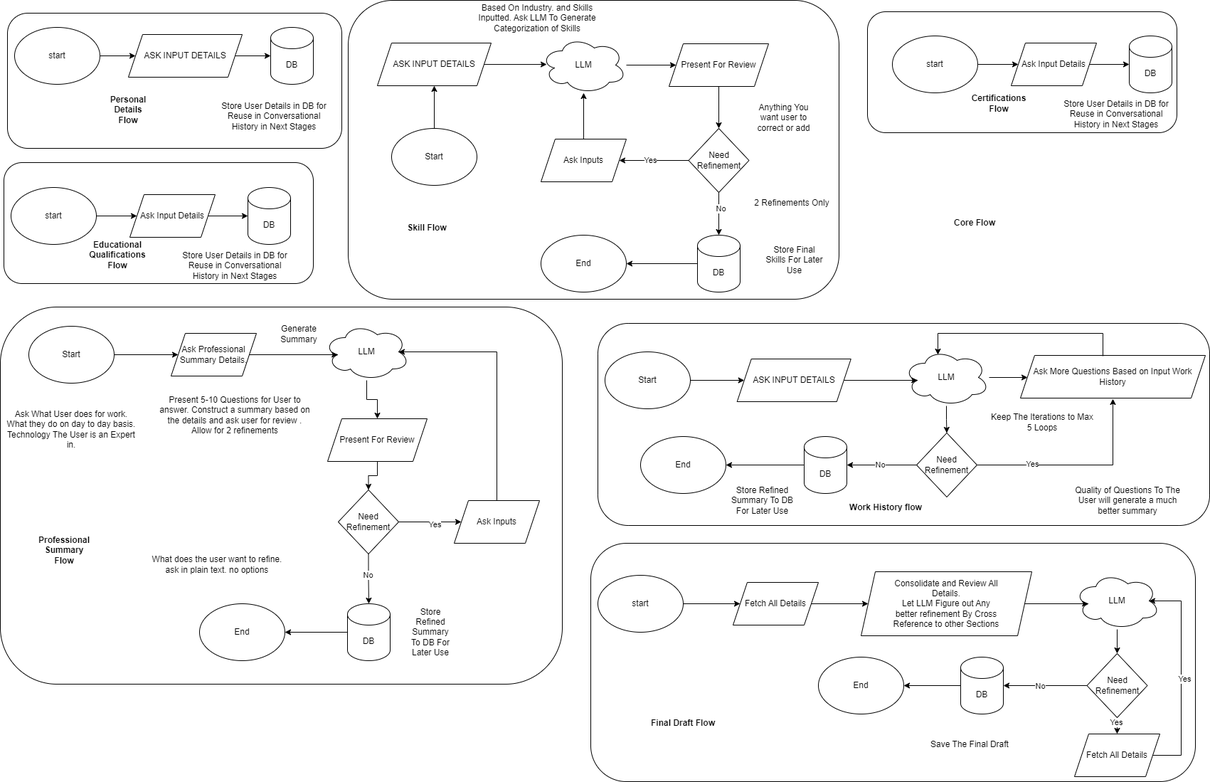
avinash92c/Agentic-Resume-Builder keeps this draw.io diagram as Ideation/CoreFlow.drawio.png. Above is the earlier version. Source tidied: cells renumbered, new cells last; positions are measured from the earlier drawing's top-left corner, leaving out a move shared by most shapes.
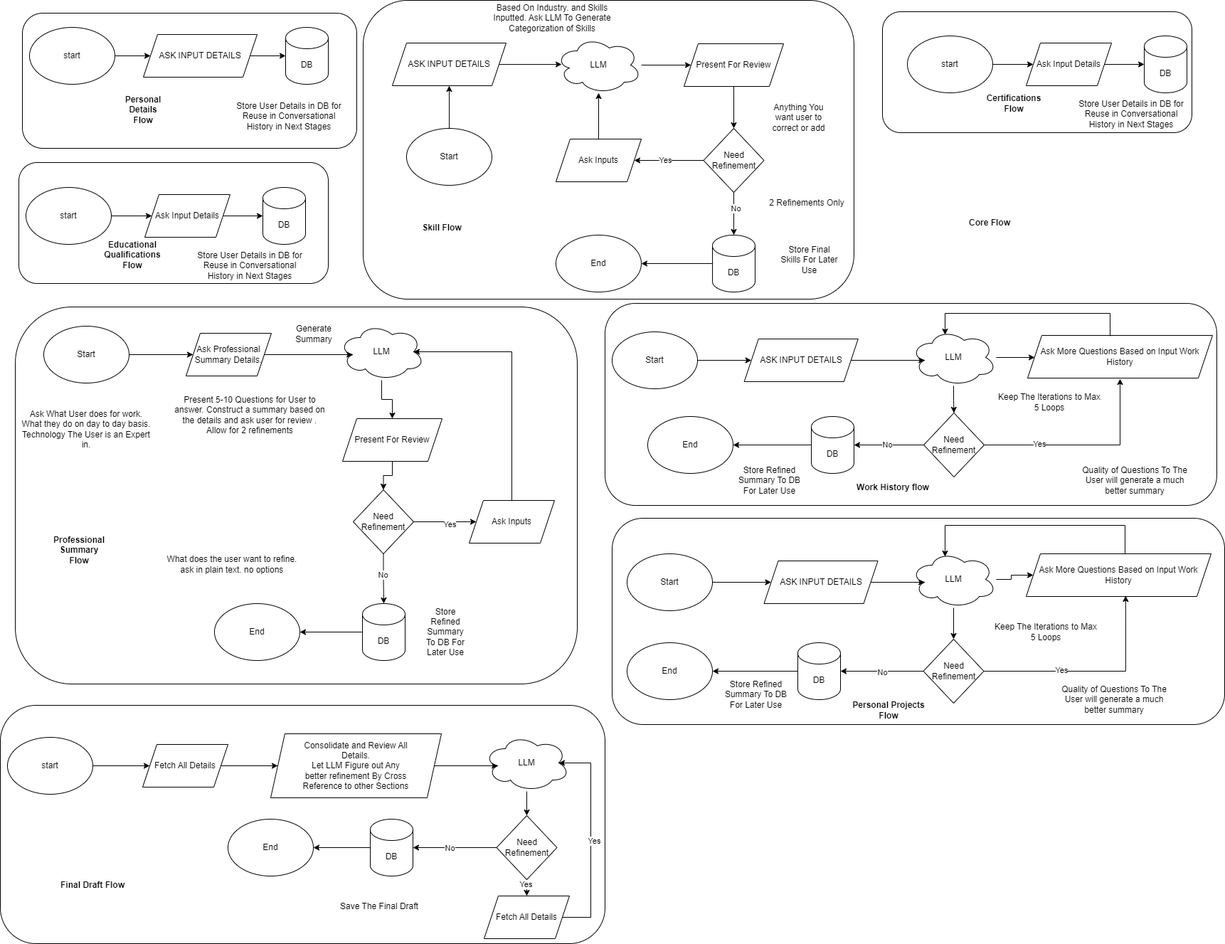
The same diagram one commit later.

The edit, as a diff of the source:
```diff
@@ -2,11 +2,14 @@
   <root>
     <mxCell id="0" />
     <mxCell id="1" parent="0" />
+    <mxCell id="120" style="rounded=1;whiteSpace=wrap;html=1;" parent="1" vertex="1">
+      <mxGeometry x="839" y="728" width="861" height="290" as="geometry" />
+    </mxCell>
     <mxCell id="2" style="rounded=1;whiteSpace=wrap;html=1;" parent="1" vertex="1">
-      <mxGeometry x="830" y="763" width="850" height="335" as="geometry" />
+      <mxGeometry x="-21" y="991" width="850" height="335" as="geometry" />
     </mxCell>
     <mxCell id="3" style="rounded=1;whiteSpace=wrap;html=1;" parent="1" vertex="1">
-      <mxGeometry x="840" y="454" width="860" height="284" as="geometry" />
+      <mxGeometry x="829" y="426" width="860" height="284" as="geometry" />
     </mxCell>
     <mxCell id="4" style="rounded=1;whiteSpace=wrap;html=1;" parent="1" vertex="1">
       <mxGeometry x="1219" y="16" width="435" height="170" as="geometry" />
@@ -235,43 +238,43 @@
       <mxGeometry relative="1" as="geometry" />
     </mxCell>
     <mxCell id="78" value="Start" style="ellipse;whiteSpace=wrap;html=1;" parent="1" vertex="1">
-      <mxGeometry x="850" y="494" width="120" height="80" as="geometry" />
+      <mxGeometry x="839" y="466" width="120" height="80" as="geometry" />
     </mxCell>
     <mxCell id="79" value="ASK INPUT DETAILS" style="shape=parallelogram;perimeter=parallelogramPerimeter;whiteSpace=wrap;html=1;fixedSize=1;" parent="1" vertex="1">
-      <mxGeometry x="1035.8" y="504" width="160" height="60" as="geometry" />
+      <mxGeometry x="1024.8" y="476" width="160" height="60" as="geometry" />
     </mxCell>
     <mxCell id="80" style="edgeStyle=orthogonalEdgeStyle;rounded=0;jettySize=auto;html=1;entryX=0;entryY=0.5;entryDx=0;entryDy=0;" parent="1" edge="1" source="82">
       <mxGeometry relative="1" as="geometry">
-        <mxPoint x="1444" y="530" as="targetPoint" />
+        <mxPoint x="1433" y="502" as="targetPoint" />
       </mxGeometry>
     </mxCell>
     <mxCell id="81" style="edgeStyle=orthogonalEdgeStyle;rounded=0;jettySize=auto;html=1;entryX=0.5;entryY=0;entryDx=0;entryDy=0;" parent="1" edge="1" source="82" target="91">
       <mxGeometry relative="1" as="geometry" />
     </mxCell>
     <mxCell id="82" value="LLM" style="ellipse;shape=cloud;whiteSpace=wrap;html=1;" parent="1" vertex="1">
-      <mxGeometry x="1270" y="490" width="120" height="80" as="geometry" />
+      <mxGeometry x="1259" y="462" width="120" height="80" as="geometry" />
     </mxCell>
     <mxCell id="83" style="edgeStyle=orthogonalEdgeStyle;rounded=0;jettySize=auto;html=1;entryX=0.16;entryY=0.55;entryDx=0;entryDy=0;entryPerimeter=0;" parent="1" edge="1" source="79" target="82">
       <mxGeometry relative="1" as="geometry" />
     </mxCell>
     <mxCell id="84" value="Ask More Questions Based on Input Work History" style="shape=parallelogram;perimeter=parallelogramPerimeter;whiteSpace=wrap;html=1;fixedSize=1;" parent="1" vertex="1">
-      <mxGeometry x="1434" y="499" width="260" height="60" as="geometry" />
+      <mxGeometry x="1423" y="471" width="260" height="60" as="geometry" />
     </mxCell>
     <mxCell id="85" style="edgeStyle=orthogonalEdgeStyle;rounded=0;jettySize=auto;html=1;entryX=0.4;entryY=0.1;entryDx=0;entryDy=0;entryPerimeter=0;" parent="1" edge="1" target="82">
       <mxGeometry relative="1" as="geometry">
-        <mxPoint x="1550" y="500" as="sourcePoint" />
+        <mxPoint x="1539" y="472" as="sourcePoint" />
         <Array as="points">
-          <mxPoint x="1550" y="468" />
-          <mxPoint x="1318" y="468" />
+          <mxPoint x="1539" y="440" />
+          <mxPoint x="1307" y="440" />
         </Array>
       </mxGeometry>
     </mxCell>
     <mxCell id="86" value="Keep The Iterations to Max 5 Loops" style="text;html=1;whiteSpace=wrap;strokeColor=none;fillColor=none;align=center;verticalAlign=middle;rounded=0;" parent="1" vertex="1">
-      <mxGeometry x="1390" y="578" width="150" height="30" as="geometry" />
+      <mxGeometry x="1379" y="550" width="150" height="30" as="geometry" />
     </mxCell>
     <mxCell id="87" style="edgeStyle=orthogonalEdgeStyle;rounded=0;jettySize=auto;html=1;entryX=0.5;entryY=1;entryDx=0;entryDy=0;" parent="1" edge="1" source="91">
       <mxGeometry relative="1" as="geometry">
-        <mxPoint x="1564" y="560" as="targetPoint" />
+        <mxPoint x="1553" y="532" as="targetPoint" />
       </mxGeometry>
     </mxCell>
     <mxCell id="88" value="Yes" style="edgeLabel;html=1;align=center;verticalAlign=middle;" parent="87" vertex="1">
@@ -284,25 +287,25 @@
       <mxGeometry x="0.06" y="-1" relative="1" as="geometry" />
     </mxCell>
     <mxCell id="91" value="Need Refinement" style="rhombus;whiteSpace=wrap;html=1;" parent="1" vertex="1">
-      <mxGeometry x="1288" y="608" width="85" height="90" as="geometry" />
+      <mxGeometry x="1277" y="580" width="85" height="90" as="geometry" />
     </mxCell>
     <mxCell id="92" style="edgeStyle=orthogonalEdgeStyle;rounded=0;jettySize=auto;html=1;" parent="1" edge="1" source="93" target="94">
       <mxGeometry relative="1" as="geometry" />
     </mxCell>
     <mxCell id="93" value="DB" style="shape=cylinder3;whiteSpace=wrap;html=1;boundedLbl=1;backgroundOutline=1;size=15;" parent="1" vertex="1">
-      <mxGeometry x="1130" y="613" width="60" height="80" as="geometry" />
+      <mxGeometry x="1119" y="585" width="60" height="80" as="geometry" />
     </mxCell>
     <mxCell id="94" value="End" style="ellipse;whiteSpace=wrap;html=1;" parent="1" vertex="1">
-      <mxGeometry x="900" y="613" width="120" height="80" as="geometry" />
+      <mxGeometry x="889" y="585" width="120" height="80" as="geometry" />
     </mxCell>
     <mxCell id="95" value="Store Refined Summary To DB For Later Use" style="text;html=1;whiteSpace=wrap;strokeColor=none;fillColor=none;align=center;verticalAlign=middle;rounded=0;" parent="1" vertex="1">
-      <mxGeometry x="1020" y="688" width="102.5" height="30" as="geometry" />
+      <mxGeometry x="1009" y="660" width="102.5" height="30" as="geometry" />
     </mxCell>
     <mxCell id="96" value="Quality of Questions To The User will generate a much better summary" style="text;html=1;whiteSpace=wrap;strokeColor=none;fillColor=none;align=center;verticalAlign=middle;rounded=0;" parent="1" vertex="1">
-      <mxGeometry x="1510" y="688" width="150" height="30" as="geometry" />
+      <mxGeometry x="1499" y="660" width="150" height="30" as="geometry" />
     </mxCell>
     <mxCell id="97" value="&lt;b&gt;Work History flow&lt;/b&gt;" style="text;html=1;whiteSpace=wrap;strokeColor=none;fillColor=none;align=center;verticalAlign=middle;rounded=0;" parent="1" vertex="1">
-      <mxGeometry x="1190" y="698" width="110" height="30" as="geometry" />
+      <mxGeometry x="1179" y="670" width="110" height="30" as="geometry" />
     </mxCell>
     <mxCell id="98" value="&lt;b&gt;Core Flow&lt;/b&gt;" style="text;html=1;whiteSpace=wrap;strokeColor=none;fillColor=none;align=center;verticalAlign=middle;rounded=0;" parent="1" vertex="1">
       <mxGeometry x="1340" y="298" width="60" height="30" as="geometry" />
@@ -311,22 +314,22 @@
       <mxGeometry relative="1" as="geometry" />
     </mxCell>
     <mxCell id="100" value="start" style="ellipse;whiteSpace=wrap;html=1;" parent="1" vertex="1">
-      <mxGeometry x="840" y="808" width="120" height="80" as="geometry" />
+      <mxGeometry x="-11" y="1036" width="120" height="80" as="geometry" />
     </mxCell>
     <mxCell id="101" style="edgeStyle=orthogonalEdgeStyle;rounded=0;jettySize=auto;html=1;entryX=0;entryY=0.5;entryDx=0;entryDy=0;" parent="1" edge="1" source="102" target="103">
       <mxGeometry relative="1" as="geometry" />
     </mxCell>
     <mxCell id="102" value="Fetch All Details" style="shape=parallelogram;perimeter=parallelogramPerimeter;whiteSpace=wrap;html=1;fixedSize=1;" parent="1" vertex="1">
-      <mxGeometry x="1030" y="818" width="120" height="60" as="geometry" />
+      <mxGeometry x="179" y="1046" width="120" height="60" as="geometry" />
     </mxCell>
     <mxCell id="103" value="&lt;blockquote&gt;Consolidate and Review All Details.&lt;br&gt; Let LLM Figure out Any better refinement By Cross Reference to other Sections&lt;/blockquote&gt;" style="shape=parallelogram;perimeter=parallelogramPerimeter;whiteSpace=wrap;html=1;fixedSize=1;" parent="1" vertex="1">
-      <mxGeometry x="1210" y="803" width="240" height="90" as="geometry" />
+      <mxGeometry x="359" y="1031" width="240" height="90" as="geometry" />
     </mxCell>
     <mxCell id="104" style="edgeStyle=orthogonalEdgeStyle;rounded=0;jettySize=auto;html=1;entryX=0.5;entryY=0;entryDx=0;entryDy=0;" parent="1" edge="1" source="105" target="109">
       <mxGeometry relative="1" as="geometry" />
     </mxCell>
     <mxCell id="105" value="LLM" style="ellipse;shape=cloud;whiteSpace=wrap;html=1;" parent="1" vertex="1">
-      <mxGeometry x="1510" y="804" width="120" height="80" as="geometry" />
+      <mxGeometry x="659" y="1032" width="120" height="80" as="geometry" />
     </mxCell>
     <mxCell id="106" style="edgeStyle=orthogonalEdgeStyle;rounded=0;jettySize=auto;html=1;entryX=0.16;entryY=0.55;entryDx=0;entryDy=0;entryPerimeter=0;" parent="1" edge="1" source="103" target="105">
       <mxGeometry relative="1" as="geometry" />
@@ -338,13 +341,13 @@
       <mxGeometry x="0.4" y="-2" relative="1" as="geometry" />
     </mxCell>
     <mxCell id="109" value="Need Refinement" style="rhombus;whiteSpace=wrap;html=1;" parent="1" vertex="1">
-      <mxGeometry x="1527.5" y="918" width="85" height="90" as="geometry" />
+      <mxGeometry x="676.5" y="1146" width="85" height="90" as="geometry" />
     </mxCell>
     <mxCell id="110" style="edgeStyle=orthogonalEdgeStyle;rounded=0;jettySize=auto;html=1;entryX=0.875;entryY=0.5;entryDx=0;entryDy=0;entryPerimeter=0;exitX=1;exitY=0.5;exitDx=0;exitDy=0;" parent="1" edge="1" source="112" target="105">
       <mxGeometry relative="1" as="geometry">
         <Array as="points">
-          <mxPoint x="1660" y="1061" />
-          <mxPoint x="1660" y="844" />
+          <mxPoint x="809" y="1289" />
+          <mxPoint x="809" y="1072" />
         </Array>
       </mxGeometry>
     </mxCell>
@@ -354,13 +357,13 @@
       </mxGeometry>
     </mxCell>
     <mxCell id="112" value="Fetch All Details" style="shape=parallelogram;perimeter=parallelogramPerimeter;whiteSpace=wrap;html=1;fixedSize=1;" parent="1" vertex="1">
-      <mxGeometry x="1510" y="1031" width="120" height="60" as="geometry" />
+      <mxGeometry x="659" y="1259" width="120" height="60" as="geometry" />
     </mxCell>
     <mxCell id="113" style="edgeStyle=orthogonalEdgeStyle;rounded=0;jettySize=auto;html=1;" parent="1" edge="1" source="114" target="117">
       <mxGeometry relative="1" as="geometry" />
     </mxCell>
     <mxCell id="114" value="DB" style="shape=cylinder3;whiteSpace=wrap;html=1;boundedLbl=1;backgroundOutline=1;size=15;" parent="1" vertex="1">
-      <mxGeometry x="1350" y="923" width="60" height="80" as="geometry" />
+      <mxGeometry x="499" y="1151" width="60" height="80" as="geometry" />
     </mxCell>
     <mxCell id="115" style="edgeStyle=orthogonalEdgeStyle;rounded=0;jettySize=auto;html=1;entryX=1;entryY=0.5;entryDx=0;entryDy=0;entryPerimeter=0;" parent="1" edge="1" source="109" target="114">
       <mxGeometry relative="1" as="geometry" />
@@ -369,13 +372,83 @@
       <mxGeometry x="0.13" relative="1" as="geometry" />
     </mxCell>
     <mxCell id="117" value="End" style="ellipse;whiteSpace=wrap;html=1;" parent="1" vertex="1">
-      <mxGeometry x="1150" y="923" width="120" height="80" as="geometry" />
+      <mxGeometry x="299" y="1151" width="120" height="80" as="geometry" />
     </mxCell>
     <mxCell id="118" value="Save The Final Draft" style="text;html=1;whiteSpace=wrap;strokeColor=none;fillColor=none;align=center;verticalAlign=middle;rounded=0;" parent="1" vertex="1">
-      <mxGeometry x="1288" y="1031" width="150" height="30" as="geometry" />
+      <mxGeometry x="437" y="1259" width="150" height="30" as="geometry" />
     </mxCell>
     <mxCell id="119" value="&lt;b&gt;Final Draft Flow&lt;/b&gt;" style="text;html=1;whiteSpace=wrap;strokeColor=none;fillColor=none;align=center;verticalAlign=middle;rounded=0;" parent="1" vertex="1">
-      <mxGeometry x="905" y="1001" width="110" height="30" as="geometry" />
+      <mxGeometry x="54" y="1229" width="110" height="30" as="geometry" />
     </mxCell>
+    <mxCell id="121" style="edgeStyle=orthogonalEdgeStyle;rounded=0;jettySize=auto;html=1;entryX=0;entryY=0.5;entryDx=0;entryDy=0;" parent="1" edge="1" source="122" target="123">
+      <mxGeometry relative="1" as="geometry" />
+    </mxCell>
+    <mxCell id="122" value="Start" style="ellipse;whiteSpace=wrap;html=1;" parent="1" vertex="1">
+      <mxGeometry x="860" y="778" width="120" height="80" as="geometry" />
+    </mxCell>
+    <mxCell id="123" value="ASK INPUT DETAILS" style="shape=parallelogram;perimeter=parallelogramPerimeter;whiteSpace=wrap;html=1;fixedSize=1;" parent="1" vertex="1">
+      <mxGeometry x="1052.5" y="788" width="160" height="60" as="geometry" />
+    </mxCell>
+    <mxCell id="124" style="edgeStyle=orthogonalEdgeStyle;rounded=0;jettySize=auto;html=1;entryX=0;entryY=0.5;entryDx=0;entryDy=0;" parent="1" edge="1" source="126" target="128">
+      <mxGeometry relative="1" as="geometry" />
+    </mxCell>
+    <mxCell id="125" style="edgeStyle=orthogonalEdgeStyle;rounded=0;jettySize=auto;html=1;entryX=0.5;entryY=0;entryDx=0;entryDy=0;" parent="1" edge="1" source="126" target="129">
+      <mxGeometry relative="1" as="geometry" />
+    </mxCell>
+    <mxCell id="126" value="LLM" style="ellipse;shape=cloud;whiteSpace=wrap;html=1;" parent="1" vertex="1">
+      <mxGeometry x="1259" y="774" width="120" height="80" as="geometry" />
+    </mxCell>
+    <mxCell id="127" style="edgeStyle=orthogonalEdgeStyle;rounded=0;jettySize=auto;html=1;entryX=0.16;entryY=0.55;entryDx=0;entryDy=0;entryPerimeter=0;" parent="1" edge="1" source="123" target="126">
+      <mxGeometry relative="1" as="geometry" />
+    </mxCell>
+    <mxCell id="128" value="Ask More Questions Based on Input Work History" style="shape=parallelogram;perimeter=parallelogramPerimeter;whiteSpace=wrap;html=1;fixedSize=1;" parent="1" vertex="1">
+      <mxGeometry x="1421" y="778" width="260" height="60" as="geometry" />
+    </mxCell>
+    <mxCell id="129" value="Need Refinement" style="rhombus;whiteSpace=wrap;html=1;" parent="1" vertex="1">
+      <mxGeometry x="1276.5" y="898" width="85" height="90" as="geometry" />
+    </mxCell>
+    <mxCell id="130" style="edgeStyle=orthogonalEdgeStyle;rounded=0;jettySize=auto;html=1;entryX=0.538;entryY=0.983;entryDx=0;entryDy=0;entryPerimeter=0;" parent="1" edge="1" source="129" target="128">
+      <mxGeometry relative="1" as="geometry" />
+    </mxCell>
+    <mxCell id="131" value="Yes" style="edgeLabel;html=1;align=center;verticalAlign=middle;" parent="130" vertex="1">
+      <mxGeometry x="-0.29" y="2" relative="1" as="geometry" />
+    </mxCell>
+    <mxCell id="132" style="edgeStyle=orthogonalEdgeStyle;rounded=0;jettySize=auto;html=1;entryX=0.4;entryY=0.1;entryDx=0;entryDy=0;entryPerimeter=0;" parent="1" edge="1" source="128" target="126">
+      <mxGeometry relative="1" as="geometry">
+        <Array as="points">
+          <mxPoint x="1560" y="738" />
+          <mxPoint x="1307" y="738" />
+        </Array>
+      </mxGeometry>
+    </mxCell>
+    <mxCell id="133" style="edgeStyle=orthogonalEdgeStyle;rounded=0;jettySize=auto;html=1;entryX=1;entryY=0.5;entryDx=0;entryDy=0;" parent="1" edge="1" source="134" target="137">
+      <mxGeometry relative="1" as="geometry" />
+    </mxCell>
+    <mxCell id="134" value="DB" style="shape=cylinder3;whiteSpace=wrap;html=1;boundedLbl=1;backgroundOutline=1;size=15;" parent="1" vertex="1">
+      <mxGeometry x="1100" y="903" width="60" height="80" as="geometry" />
+    </mxCell>
+    <mxCell id="135" style="edgeStyle=orthogonalEdgeStyle;rounded=0;jettySize=auto;html=1;entryX=1;entryY=0.5;entryDx=0;entryDy=0;entryPerimeter=0;" parent="1" edge="1" source="129" target="134">
+      <mxGeometry relative="1" as="geometry" />
+    </mxCell>
+    <mxCell id="136" value="No" style="edgeLabel;html=1;align=center;verticalAlign=middle;" parent="135" vertex="1">
+      <mxGeometry y="1" relative="1" as="geometry">
+        <mxPoint x="1" as="offset" />
+      </mxGeometry>
+    </mxCell>
+    <mxCell id="137" value="End" style="ellipse;whiteSpace=wrap;html=1;" parent="1" vertex="1">
+      <mxGeometry x="860" y="903" width="120" height="80" as="geometry" />
+    </mxCell>
+    <mxCell id="138" value="Store Refined Summary To DB For Later Use" style="text;html=1;whiteSpace=wrap;strokeColor=none;fillColor=none;align=center;verticalAlign=middle;rounded=0;" parent="1" vertex="1">
+      <mxGeometry x="990" y="961" width="102.5" height="30" as="geometry" />
+    </mxCell>
+    <mxCell id="139" value="Quality of Questions To The User will generate a much better summary" style="text;html=1;whiteSpace=wrap;strokeColor=none;fillColor=none;align=center;verticalAlign=middle;rounded=0;" parent="1" vertex="1">
+      <mxGeometry x="1470" y="968" width="150" height="30" as="geometry" />
+    </mxCell>
+    <mxCell id="140" value="Keep The Iterations to Max 5 Loops" style="text;html=1;whiteSpace=wrap;strokeColor=none;fillColor=none;align=center;verticalAlign=middle;rounded=0;" parent="1" vertex="1">
+      <mxGeometry x="1374" y="873" width="150" height="30" as="geometry" />
+    </mxCell>
+    <mxCell id="141" value="&lt;b&gt;Personal Projects Flow&lt;/b&gt;" style="text;html=1;whiteSpace=wrap;strokeColor=none;fillColor=none;align=center;verticalAlign=middle;rounded=0;" parent="1" vertex="1">
+      <mxGeometry x="1172.5" y="983" width="110" height="30" as="geometry" />
+    </mxCell>
   </root>
 </mxGraphModel>
```
